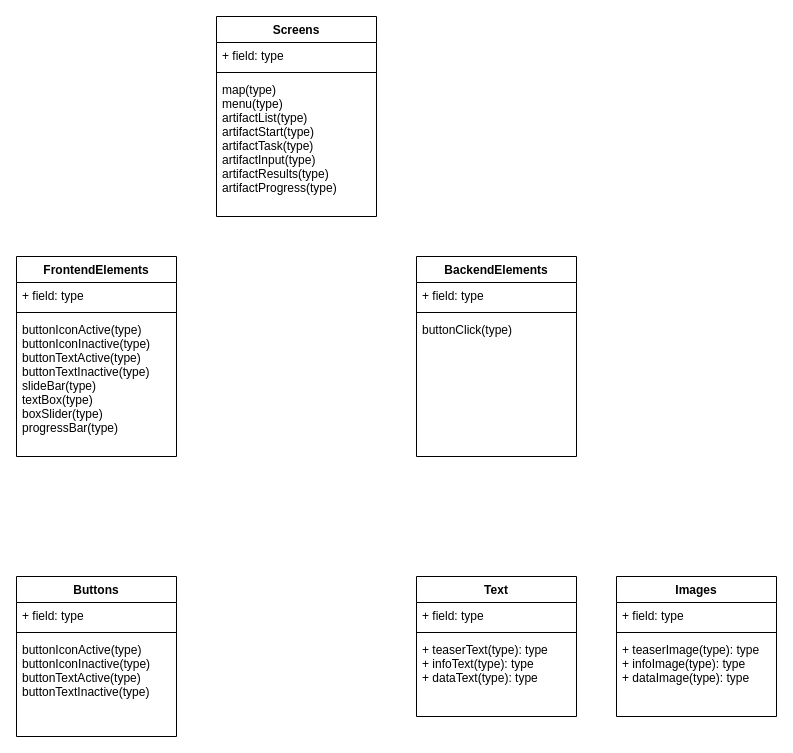
This is page "Version1" (1 of 2) of klassendiagram.drawio from jesnay/Pionear_Frontend, a draw.io file, before an edit. Source tidied: cells renumbered, new cells numbered last; positions are measured from the earlier drawing's top-left corner, leaving out a move shared by most shapes. Both pictures are drawn from the tidied source at 100%, with x=0, y=0 at pixel (16, 16).
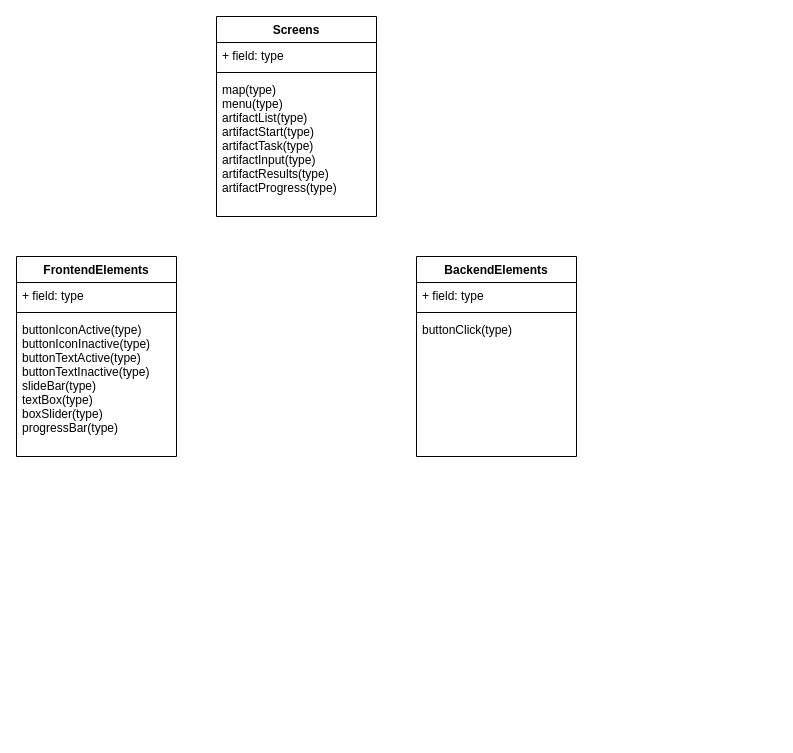
The same diagram, later.

Diff of the diagram source:
```diff
@@
-    <mxCell id="14" value="Images" style="swimlane;fontStyle=1;align=center;verticalAlign=top;horizontal=1;startSize=26;" parent="1" vertex="1">
-      <mxGeometry x="600" y="560" width="160" height="140" as="geometry" />
-    </mxCell>
-    <mxCell id="15" value="+ field: type" style="text;strokeColor=none;fillColor=none;align=left;verticalAlign=top;spacingLeft=4;spacingRight=4;overflow=hidden;" parent="14" vertex="1">
-      <mxGeometry y="26" width="160" height="26" as="geometry" />
-    </mxCell>
-    <mxCell id="16" style="line;strokeWidth=1;fillColor=none;align=left;verticalAlign=middle;spacingTop=-1;spacingLeft=3;spacingRight=3;labelPosition=right;" parent="14" vertex="1">
-      <mxGeometry y="52" width="160" height="8" as="geometry" />
-    </mxCell>
-    <mxCell id="17" value="+ teaserImage(type): type&#10;+ infoImage(type): type&#10;+ dataImage(type): type" style="text;strokeColor=none;fillColor=none;align=left;verticalAlign=top;spacingLeft=4;spacingRight=4;overflow=hidden;" parent="14" vertex="1">
-      <mxGeometry y="60" width="160" height="80" as="geometry" />
-    </mxCell>
-    <mxCell id="18" value="Text" style="swimlane;fontStyle=1;align=center;verticalAlign=top;horizontal=1;startSize=26;" parent="1" vertex="1">
-      <mxGeometry x="400" y="560" width="160" height="140" as="geometry" />
-    </mxCell>
-    <mxCell id="19" value="+ field: type" style="text;strokeColor=none;fillColor=none;align=left;verticalAlign=top;spacingLeft=4;spacingRight=4;overflow=hidden;" parent="18" vertex="1">
-      <mxGeometry y="26" width="160" height="26" as="geometry" />
-    </mxCell>
-    <mxCell id="20" style="line;strokeWidth=1;fillColor=none;align=left;verticalAlign=middle;spacingTop=-1;spacingLeft=3;spacingRight=3;labelPosition=right;" parent="18" vertex="1">
-      <mxGeometry y="52" width="160" height="8" as="geometry" />
-    </mxCell>
-    <mxCell id="21" value="+ teaserText(type): type&#10;+ infoText(type): type&#10;+ dataText(type): type" style="text;strokeColor=none;fillColor=none;align=left;verticalAlign=top;spacingLeft=4;spacingRight=4;overflow=hidden;" parent="18" vertex="1">
-      <mxGeometry y="60" width="160" height="80" as="geometry" />
-    </mxCell>
-    <mxCell id="22" value="Buttons" style="swimlane;fontStyle=1;align=center;verticalAlign=top;horizontal=1;startSize=26;" parent="1" vertex="1">
-      <mxGeometry y="560" width="160" height="160" as="geometry" />
-    </mxCell>
-    <mxCell id="23" value="+ field: type" style="text;strokeColor=none;fillColor=none;align=left;verticalAlign=top;spacingLeft=4;spacingRight=4;overflow=hidden;" parent="22" vertex="1">
-      <mxGeometry y="26" width="160" height="26" as="geometry" />
-    </mxCell>
-    <mxCell id="24" style="line;strokeWidth=1;fillColor=none;align=left;verticalAlign=middle;spacingTop=-1;spacingLeft=3;spacingRight=3;labelPosition=right;" parent="22" vertex="1">
-      <mxGeometry y="52" width="160" height="8" as="geometry" />
-    </mxCell>
-    <mxCell id="25" value="buttonIconActive(type)&#10;buttonIconInactive(type)&#10;buttonTextActive(type)&#10;buttonTextInactive(type)" style="text;strokeColor=none;fillColor=none;align=left;verticalAlign=top;spacingLeft=4;spacingRight=4;overflow=hidden;" parent="22" vertex="1">
-      <mxGeometry y="60" width="160" height="100" as="geometry" />
-    </mxCell>
```
